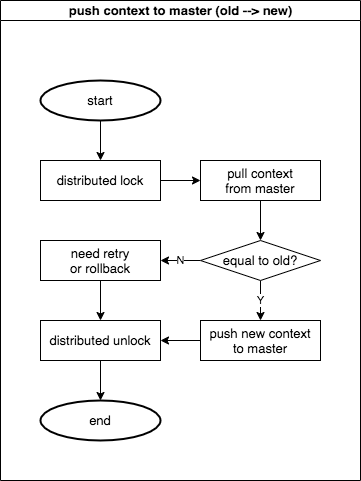
Earlier version of the draw.io export documents/context.drawio.png (4paradigm/parameter-server). Source tidied: cells renumbered, new cells last; positions are measured from the earlier drawing's top-left corner, leaving out a move shared by most shapes.
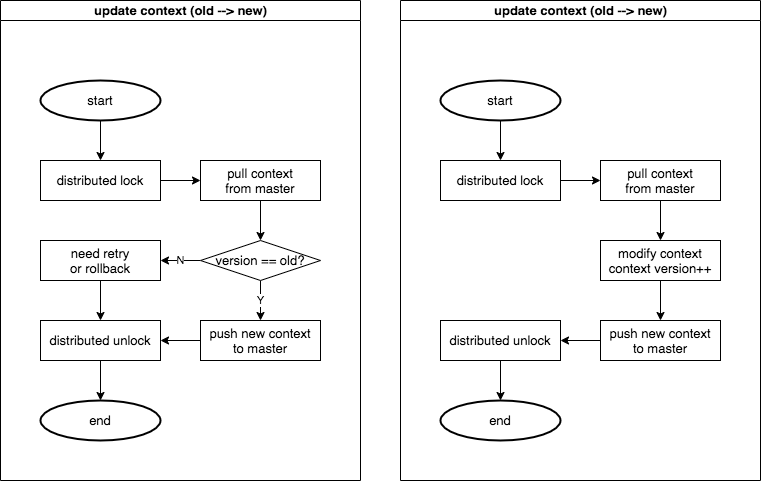
The same diagram one commit later.

What changed in the source:
```diff
@@ -2,7 +2,7 @@
   <root>
     <mxCell id="0" />
     <mxCell id="1" parent="0" />
-    <mxCell id="2" value="push context to master (old --&amp;gt; new)" style="swimlane;html=1;startSize=20;fontSize=13;" parent="1" vertex="1">
+    <mxCell id="2" value="update context (old --&amp;gt; new)" style="swimlane;html=1;startSize=20;fontSize=13;" parent="1" vertex="1">
       <mxGeometry width="360" height="480" as="geometry" />
     </mxCell>
     <mxCell id="3" style="edgeStyle=orthogonalEdgeStyle;rounded=0;orthogonalLoop=1;jettySize=auto;html=1;entryX=1;entryY=0.75;entryDx=0;entryDy=0;exitX=1;exitY=0.5;exitDx=0;exitDy=0;fontSize=13;" parent="2" edge="1">
@@ -39,7 +39,7 @@
     <mxCell id="12" value="N" style="edgeStyle=orthogonalEdgeStyle;rounded=0;jettySize=auto;html=1;exitX=0;exitY=0.5;exitDx=0;exitDy=0;entryX=1;entryY=0.5;entryDx=0;entryDy=0;" parent="2" edge="1" source="13" target="19">
       <mxGeometry relative="1" as="geometry" />
     </mxCell>
-    <mxCell id="13" value="equal to old?" style="rhombus;whiteSpace=wrap;html=1;fontSize=13;" parent="2" vertex="1">
+    <mxCell id="13" value="version ==&amp;nbsp;old?" style="rhombus;whiteSpace=wrap;html=1;fontSize=13;" parent="2" vertex="1">
       <mxGeometry x="200" y="240" width="120" height="40" as="geometry" />
     </mxCell>
     <mxCell id="14" style="edgeStyle=orthogonalEdgeStyle;rounded=0;jettySize=auto;html=1;exitX=0;exitY=0.5;exitDx=0;exitDy=0;entryX=1;entryY=0.5;entryDx=0;entryDy=0;" parent="2" edge="1" source="15" target="17">
@@ -60,5 +60,54 @@
     <mxCell id="19" value="need retry&lt;br&gt;or rollback" style="rounded=0;whiteSpace=wrap;html=1;fontSize=13;" parent="2" vertex="1">
       <mxGeometry x="40" y="240" width="120" height="40" as="geometry" />
     </mxCell>
+    <mxCell id="20" value="update context (old --&amp;gt; new)" style="swimlane;html=1;startSize=20;fontSize=13;" parent="1" vertex="1">
+      <mxGeometry x="400" width="360" height="480" as="geometry" />
+    </mxCell>
+    <mxCell id="21" style="edgeStyle=orthogonalEdgeStyle;rounded=0;orthogonalLoop=1;jettySize=auto;html=1;entryX=1;entryY=0.75;entryDx=0;entryDy=0;exitX=1;exitY=0.5;exitDx=0;exitDy=0;fontSize=13;" parent="20" edge="1">
+      <mxGeometry relative="1" as="geometry">
+        <mxPoint x="320" y="490" as="targetPoint" />
+      </mxGeometry>
+    </mxCell>
+    <mxCell id="22" style="edgeStyle=orthogonalEdgeStyle;rounded=0;jettySize=auto;html=1;fontSize=13;exitX=0.5;exitY=1;exitDx=0;exitDy=0;exitPerimeter=0;" parent="20" edge="1" source="23">
+      <mxGeometry relative="1" as="geometry">
+        <mxPoint x="100" y="160" as="targetPoint" />
+      </mxGeometry>
+    </mxCell>
+    <mxCell id="23" value="start" style="strokeWidth=2;html=1;shape=mxgraph.flowchart.start_1;whiteSpace=wrap;fontSize=13;" parent="20" vertex="1">
+      <mxGeometry x="40" y="80" width="120" height="40" as="geometry" />
+    </mxCell>
+    <mxCell id="24" style="edgeStyle=orthogonalEdgeStyle;rounded=0;jettySize=auto;html=1;exitX=1;exitY=0.5;exitDx=0;exitDy=0;entryX=0;entryY=0.5;entryDx=0;entryDy=0;" parent="20" edge="1" source="26" target="28">
+      <mxGeometry relative="1" as="geometry" />
+    </mxCell>
+    <mxCell id="25" value="end" style="strokeWidth=2;html=1;shape=mxgraph.flowchart.start_1;whiteSpace=wrap;fontSize=13;" parent="20" vertex="1">
+      <mxGeometry x="40" y="400" width="120" height="40" as="geometry" />
+    </mxCell>
+    <mxCell id="26" value="distributed lock" style="rounded=0;whiteSpace=wrap;html=1;fontSize=13;" parent="20" vertex="1">
+      <mxGeometry x="40" y="160" width="120" height="40" as="geometry" />
+    </mxCell>
+    <mxCell id="27" style="edgeStyle=orthogonalEdgeStyle;rounded=0;jettySize=auto;html=1;exitX=0.5;exitY=1;exitDx=0;exitDy=0;" parent="20" edge="1" source="28" target="34">
+      <mxGeometry relative="1" as="geometry" />
+    </mxCell>
+    <mxCell id="28" value="pull context&lt;br&gt;from master" style="rounded=0;whiteSpace=wrap;html=1;fontSize=13;" parent="20" vertex="1">
+      <mxGeometry x="200" y="160" width="120" height="40" as="geometry" />
+    </mxCell>
+    <mxCell id="29" style="edgeStyle=orthogonalEdgeStyle;rounded=0;jettySize=auto;html=1;exitX=0;exitY=0.5;exitDx=0;exitDy=0;entryX=1;entryY=0.5;entryDx=0;entryDy=0;" parent="20" edge="1" source="30" target="32">
+      <mxGeometry relative="1" as="geometry" />
+    </mxCell>
+    <mxCell id="30" value="push new context&lt;br&gt;to master" style="rounded=0;whiteSpace=wrap;html=1;fontSize=13;" parent="20" vertex="1">
+      <mxGeometry x="200" y="320" width="120" height="40" as="geometry" />
+    </mxCell>
+    <mxCell id="31" style="edgeStyle=orthogonalEdgeStyle;rounded=0;jettySize=auto;html=1;exitX=0.5;exitY=1;exitDx=0;exitDy=0;entryX=0.5;entryY=0;entryDx=0;entryDy=0;entryPerimeter=0;" parent="20" edge="1" source="32" target="25">
+      <mxGeometry relative="1" as="geometry" />
+    </mxCell>
+    <mxCell id="32" value="distributed unlock" style="rounded=0;whiteSpace=wrap;html=1;fontSize=13;" parent="20" vertex="1">
+      <mxGeometry x="40" y="320" width="120" height="40" as="geometry" />
+    </mxCell>
+    <mxCell id="33" style="edgeStyle=orthogonalEdgeStyle;rounded=0;jettySize=auto;html=1;exitX=0.5;exitY=1;exitDx=0;exitDy=0;entryX=0.5;entryY=0;entryDx=0;entryDy=0;" parent="20" edge="1" source="34" target="30">
+      <mxGeometry relative="1" as="geometry" />
+    </mxCell>
+    <mxCell id="34" value="modify context&lt;br&gt;context version++" style="rounded=0;whiteSpace=wrap;html=1;fontSize=13;" parent="20" vertex="1">
+      <mxGeometry x="200" y="240" width="120" height="40" as="geometry" />
+    </mxCell>
   </root>
 </mxGraphModel>
```
